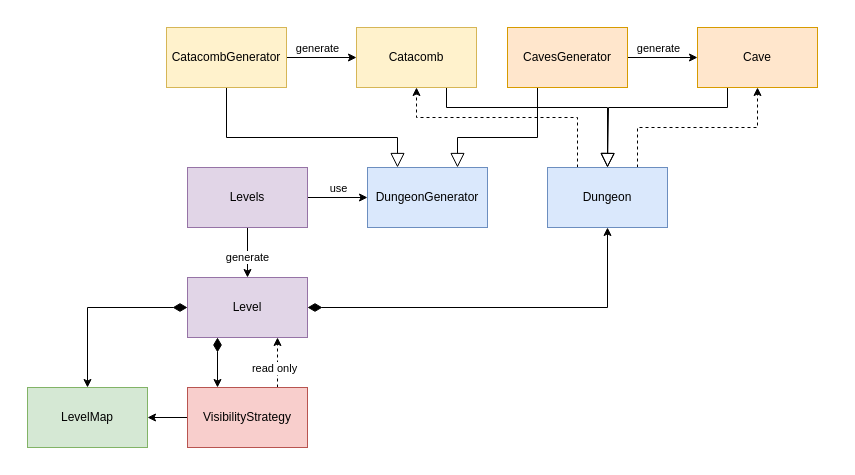
Above: page "How levels work" (7 of 9) of docs/schemas.drawio in vladimir-popov/forgotten_catacombs (draw.io), before the change. Source tidied: cells renumbered, new cells numbered last; positions are measured from the earlier drawing's top-left corner, leaving out a move shared by most shapes. Both pictures are drawn from the tidied source at 100%, with x=0, y=0 at pixel (27, 27).
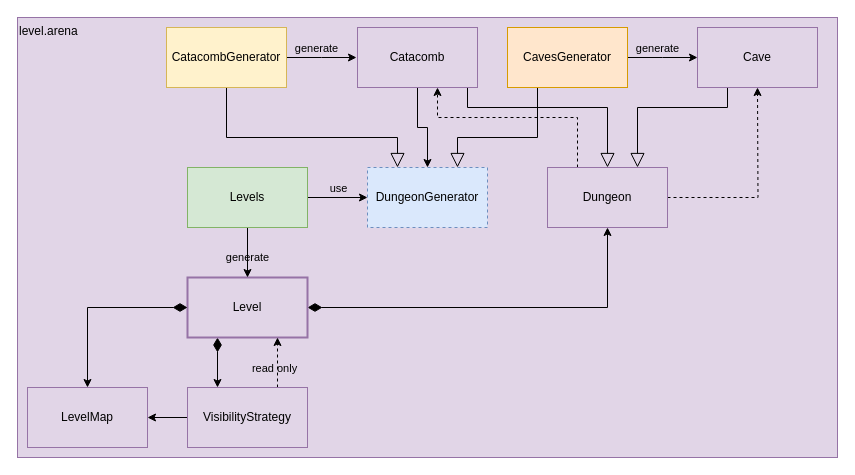
The same diagram, later.

Unchanged cells that the change refers to:
```xml
<mxCell id="8" style="edgeStyle=orthogonalEdgeStyle;rounded=0;jettySize=auto;html=1;exitX=0.75;exitY=0;exitDx=0;exitDy=0;entryX=0.75;entryY=1;entryDx=0;entryDy=0;dashed=1;" parent="1" edge="1" source="11" target="4">
  <mxGeometry relative="1" as="geometry" />
</mxCell>
<mxCell id="13" style="edgeStyle=orthogonalEdgeStyle;rounded=0;jettySize=auto;html=1;exitX=0.5;exitY=1;exitDx=0;exitDy=0;entryX=0.5;entryY=0;entryDx=0;entryDy=0;" parent="1" edge="1" source="17" target="4">
  <mxGeometry relative="1" as="geometry" />
</mxCell>
<mxCell id="15" style="edgeStyle=orthogonalEdgeStyle;rounded=0;jettySize=auto;html=1;exitX=1;exitY=0.5;exitDx=0;exitDy=0;entryX=0;entryY=0.5;entryDx=0;entryDy=0;" parent="1" edge="1" source="17" target="12">
  <mxGeometry relative="1" as="geometry" />
</mxCell>
<mxCell id="22" value="CatacombGenerator" style="rounded=0;whiteSpace=wrap;html=1;fillColor=#fff2cc;strokeColor=#d6b656;" parent="1" vertex="1">
  <mxGeometry x="139" width="120" height="60" as="geometry" />
</mxCell>
<mxCell id="30" value="CavesGenerator" style="rounded=0;whiteSpace=wrap;html=1;fillColor=#ffe6cc;strokeColor=#d79b00;" parent="1" vertex="1">
  <mxGeometry x="480" width="120" height="60" as="geometry" />
</mxCell>
```

The edit, as a diff of the source:
```diff
@@
+    <mxCell id="34" value="level.arena" style="rounded=0;whiteSpace=wrap;html=1;fillColor=#e1d5e7;strokeColor=#9673a6;align=left;verticalAlign=top;" parent="1" vertex="1">
+      <mxGeometry x="-10" y="-10" width="820" height="440" as="geometry" />
+    </mxCell>
@@
-    <mxCell id="4" value="Level" style="rounded=0;whiteSpace=wrap;html=1;fillColor=#e1d5e7;strokeColor=#9673a6;" parent="1" vertex="1">
+    <mxCell id="4" value="Level" style="rounded=0;whiteSpace=wrap;html=1;fillColor=#e1d5e7;strokeColor=#9673a6;strokeWidth=2;" parent="1" vertex="1">
       <mxGeometry x="160" y="250" width="120" height="60" as="geometry" />
     </mxCell>
-    <mxCell id="5" style="edgeStyle=orthogonalEdgeStyle;rounded=0;jettySize=auto;html=1;exitX=0.25;exitY=0;exitDx=0;exitDy=0;entryX=0.5;entryY=1;entryDx=0;entryDy=0;dashed=1;" parent="1" edge="1" source="7" target="24">
+    <mxCell id="5" style="edgeStyle=orthogonalEdgeStyle;rounded=0;jettySize=auto;html=1;exitX=0.25;exitY=0;exitDx=0;exitDy=0;dashed=1;" parent="1" edge="1" source="7" target="24">
       <mxGeometry relative="1" as="geometry">
         <Array as="points">
           <mxPoint x="550" y="90" />
-          <mxPoint x="389" y="90" />
+          <mxPoint x="410" y="90" />
         </Array>
       </mxGeometry>
     </mxCell>
-    <mxCell id="6" style="edgeStyle=orthogonalEdgeStyle;rounded=0;jettySize=auto;html=1;exitX=0.75;exitY=0;exitDx=0;exitDy=0;dashed=1;" parent="1" edge="1" source="7" target="33">
-      <mxGeometry relative="1" as="geometry" />
+    <mxCell id="6" style="edgeStyle=orthogonalEdgeStyle;rounded=0;jettySize=auto;html=1;exitX=1;exitY=0.5;exitDx=0;exitDy=0;dashed=1;" parent="1" edge="1" source="7">
+      <mxGeometry relative="1" as="geometry">
+        <mxPoint x="730" y="60" as="targetPoint" />
+      </mxGeometry>
     </mxCell>
-    <mxCell id="7" value="Dungeon" style="rounded=0;whiteSpace=wrap;html=1;fillColor=#dae8fc;strokeColor=#6c8ebf;" parent="1" vertex="1">
+    <mxCell id="7" value="Dungeon" style="rounded=0;whiteSpace=wrap;html=1;fillColor=#e1d5e7;strokeColor=#9673a6;" parent="1" vertex="1">
       <mxGeometry x="520" y="140" width="120" height="60" as="geometry" />
     </mxCell>
@@
-    <mxCell id="9" value="read only" style="edgeLabel;html=1;align=center;verticalAlign=middle;" parent="8" vertex="1">
+    <mxCell id="9" value="read only" style="edgeLabel;html=1;align=center;verticalAlign=middle;labelBackgroundColor=none;" parent="8" vertex="1">
       <mxGeometry x="-0.07" y="4" relative="1" as="geometry">
         <mxPoint y="3" as="offset" />
       </mxGeometry>
     </mxCell>
@@
-    <mxCell id="11" value="VisibilityStrategy" style="rounded=0;whiteSpace=wrap;html=1;fillColor=#f8cecc;strokeColor=#b85450;" parent="1" vertex="1">
+    <mxCell id="11" value="VisibilityStrategy" style="rounded=0;whiteSpace=wrap;html=1;fillColor=#e1d5e7;strokeColor=#9673a6;" parent="1" vertex="1">
       <mxGeometry x="160" y="360" width="120" height="60" as="geometry" />
     </mxCell>
-    <mxCell id="12" value="DungeonGenerator" style="rounded=0;whiteSpace=wrap;html=1;fillColor=#dae8fc;strokeColor=#6c8ebf;" parent="1" vertex="1">
+    <mxCell id="12" value="DungeonGenerator" style="rounded=0;whiteSpace=wrap;html=1;fillColor=#dae8fc;strokeColor=#6c8ebf;dashed=1;" parent="1" vertex="1">
       <mxGeometry x="340" y="140" width="120" height="60" as="geometry" />
     </mxCell>
@@
-    <mxCell id="14" value="generate" style="edgeLabel;html=1;align=center;verticalAlign=middle;" parent="13" vertex="1">
+    <mxCell id="14" value="generate" style="edgeLabel;html=1;align=center;verticalAlign=middle;labelBackgroundColor=none;" parent="13" vertex="1">
       <mxGeometry x="0.14" y="-1" relative="1" as="geometry" />
     </mxCell>
@@
-    <mxCell id="16" value="use" style="edgeLabel;html=1;align=center;verticalAlign=middle;" parent="15" vertex="1">
+    <mxCell id="16" value="use" style="edgeLabel;html=1;align=center;verticalAlign=middle;labelBackgroundColor=none;" parent="15" vertex="1">
       <mxGeometry x="0.1" y="-1" relative="1" as="geometry">
         <mxPoint x="-3" y="-11" as="offset" />
       </mxGeometry>
     </mxCell>
-    <mxCell id="17" value="Levels" style="rounded=0;whiteSpace=wrap;html=1;fillColor=#e1d5e7;strokeColor=#9673a6;" parent="1" vertex="1">
+    <mxCell id="17" value="Levels" style="rounded=0;whiteSpace=wrap;html=1;fillColor=#d5e8d4;strokeColor=#82b366;" parent="1" vertex="1">
       <mxGeometry x="160" y="140" width="120" height="60" as="geometry" />
     </mxCell>
-    <mxCell id="18" style="edgeStyle=orthogonalEdgeStyle;rounded=0;jettySize=auto;html=1;entryX=0.5;entryY=0;entryDx=0;entryDy=0;endArrow=block;endFill=0;endSize=12;exitX=0.75;exitY=1;exitDx=0;exitDy=0;" parent="1" edge="1" source="24" target="7">
+    <mxCell id="18" style="edgeStyle=orthogonalEdgeStyle;rounded=0;jettySize=auto;html=1;entryX=0.5;entryY=0;entryDx=0;entryDy=0;endArrow=block;endFill=0;endSize=12;" parent="1" edge="1" source="24" target="7">
       <mxGeometry relative="1" as="geometry">
         <Array as="points">
-          <mxPoint x="419" y="80" />
+          <mxPoint x="440" y="80" />
           <mxPoint x="580" y="80" />
         </Array>
       </mxGeometry>
     </mxCell>
@@
-    <mxCell id="20" style="edgeStyle=orthogonalEdgeStyle;rounded=0;jettySize=auto;html=1;exitX=1;exitY=0.5;exitDx=0;exitDy=0;" parent="1" edge="1" source="22" target="24">
-      <mxGeometry relative="1" as="geometry" />
+    <mxCell id="20" style="edgeStyle=orthogonalEdgeStyle;rounded=0;jettySize=auto;html=1;exitX=1;exitY=0.5;exitDx=0;exitDy=0;" parent="1" edge="1" source="22">
+      <mxGeometry relative="1" as="geometry">
+        <mxPoint x="329" y="30" as="targetPoint" />
+      </mxGeometry>
     </mxCell>
-    <mxCell id="21" value="generate" style="edgeLabel;html=1;align=center;verticalAlign=middle;" parent="20" vertex="1">
+    <mxCell id="21" value="generate" style="edgeLabel;html=1;align=center;verticalAlign=middle;labelBackgroundColor=none;" parent="20" vertex="1">
       <mxGeometry x="0.14" y="2" relative="1" as="geometry">
         <mxPoint x="-10" y="-8" as="offset" />
       </mxGeometry>
     </mxCell>
@@
-    <mxCell id="23" style="group;fillColor=#fff2cc;strokeColor=#d6b656;rounded=0;align=center;verticalAlign=middle;fontFamily=Helvetica;fontSize=12;fontColor=default;" parent="1" vertex="1">
-      <mxGeometry x="329" width="120" height="60" as="geometry" />
-    </mxCell>
-    <mxCell id="24" value="Catacomb" style="rounded=0;whiteSpace=wrap;html=1;strokeColor=#d6b656;align=center;verticalAlign=middle;fontFamily=Helvetica;fontSize=12;fontColor=default;fillColor=#fff2cc;" parent="23" vertex="1">
-      <mxGeometry width="120" height="60" as="geometry" />
-    </mxCell>
@@
-    <mxCell id="26" value="LevelMap" style="rounded=0;whiteSpace=wrap;html=1;fillColor=#d5e8d4;strokeColor=#82b366;" parent="1" vertex="1">
+    <mxCell id="26" value="LevelMap" style="rounded=0;whiteSpace=wrap;html=1;fillColor=#e1d5e7;strokeColor=#9673a6;" parent="1" vertex="1">
       <mxGeometry y="360" width="120" height="60" as="geometry" />
     </mxCell>
-    <mxCell id="27" style="edgeStyle=orthogonalEdgeStyle;rounded=0;jettySize=auto;html=1;exitX=1;exitY=0.5;exitDx=0;exitDy=0;entryX=0;entryY=0.5;entryDx=0;entryDy=0;" parent="1" edge="1" source="30" target="33">
-      <mxGeometry relative="1" as="geometry" />
+    <mxCell id="27" style="edgeStyle=orthogonalEdgeStyle;rounded=0;jettySize=auto;html=1;exitX=1;exitY=0.5;exitDx=0;exitDy=0;entryX=0;entryY=0.5;entryDx=0;entryDy=0;" parent="1" edge="1" source="30">
+      <mxGeometry relative="1" as="geometry">
+        <mxPoint x="670" y="30" as="targetPoint" />
+      </mxGeometry>
     </mxCell>
-    <mxCell id="28" value="generate" style="edgeLabel;html=1;align=center;verticalAlign=middle;" parent="27" vertex="1">
+    <mxCell id="28" value="generate" style="edgeLabel;html=1;align=center;verticalAlign=middle;labelBackgroundColor=none;" parent="27" vertex="1">
       <mxGeometry x="0.06" y="-1" relative="1" as="geometry">
         <mxPoint x="-7" y="-11" as="offset" />
       </mxGeometry>
     </mxCell>
@@
-    <mxCell id="31" style="group;fillColor=#ffe6cc;strokeColor=#d79b00;rounded=0;align=center;verticalAlign=middle;fontFamily=Helvetica;fontSize=12;fontColor=default;" parent="1" vertex="1">
-      <mxGeometry x="670" width="120" height="60" as="geometry" />
-    </mxCell>
-    <mxCell id="32" style="edgeStyle=orthogonalEdgeStyle;rounded=0;jettySize=auto;html=1;exitX=0.25;exitY=1;exitDx=0;exitDy=0;endArrow=block;endFill=0;endSize=12;strokeColor=#000000;align=center;verticalAlign=middle;fontFamily=Helvetica;fontSize=12;fontColor=default;fillColor=#ffe6cc;" parent="31" edge="1" source="33">
+    <mxCell id="32" style="edgeStyle=orthogonalEdgeStyle;rounded=0;jettySize=auto;html=1;exitX=0.25;exitY=1;exitDx=0;exitDy=0;endArrow=block;endFill=0;endSize=12;strokeColor=#000000;align=center;verticalAlign=middle;fontFamily=Helvetica;fontSize=12;fontColor=default;fillColor=#ffe6cc;entryX=0.75;entryY=0;entryDx=0;entryDy=0;" parent="1" edge="1" target="7">
       <mxGeometry relative="1" as="geometry">
-        <mxPoint x="-90" y="140" as="targetPoint" />
+        <mxPoint x="700" y="60" as="sourcePoint" />
         <Array as="points">
-          <mxPoint x="30" y="80" />
-          <mxPoint x="-89" y="80" />
+          <mxPoint x="700" y="80" />
+          <mxPoint x="610" y="80" />
         </Array>
       </mxGeometry>
     </mxCell>
+    <mxCell id="35" style="edgeStyle=orthogonalEdgeStyle;rounded=0;jettySize=auto;html=1;" parent="1" edge="1" source="24" target="12">
+      <mxGeometry relative="1" as="geometry" />
+    </mxCell>
+    <mxCell id="24" value="Catacomb" style="rounded=0;whiteSpace=wrap;html=1;fillColor=#e1d5e7;strokeColor=#9673a6;" parent="1" vertex="1">
+      <mxGeometry x="330" width="120" height="60" as="geometry" />
+    </mxCell>
-    <mxCell id="33" value="Cave" style="rounded=0;whiteSpace=wrap;html=1;strokeColor=#d79b00;align=center;verticalAlign=middle;fontFamily=Helvetica;fontSize=12;fontColor=default;fillColor=#ffe6cc;" parent="31" vertex="1">
-      <mxGeometry width="120" height="60" as="geometry" />
+    <mxCell id="33" value="Cave" style="rounded=0;whiteSpace=wrap;html=1;fillColor=#e1d5e7;strokeColor=#9673a6;" parent="1" vertex="1">
+      <mxGeometry x="670" width="120" height="60" as="geometry" />
     </mxCell>
```
